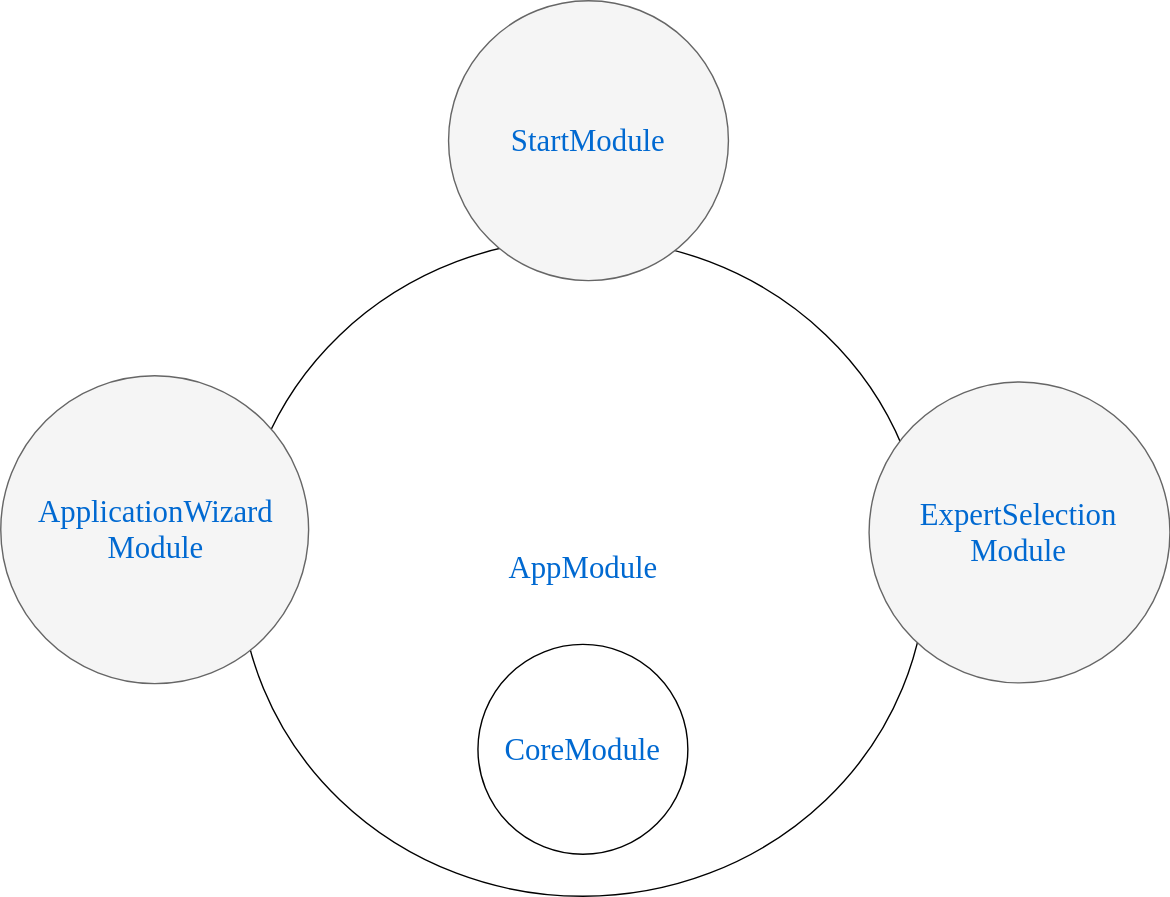
Earlier version of the draw.io export wiki/architecture-modules.svg (bitgrip/angular-ngrx-blueprint). Source tidied: cells renumbered, new cells last; positions are measured from the earlier drawing's top-left corner, leaving out a move shared by most shapes.
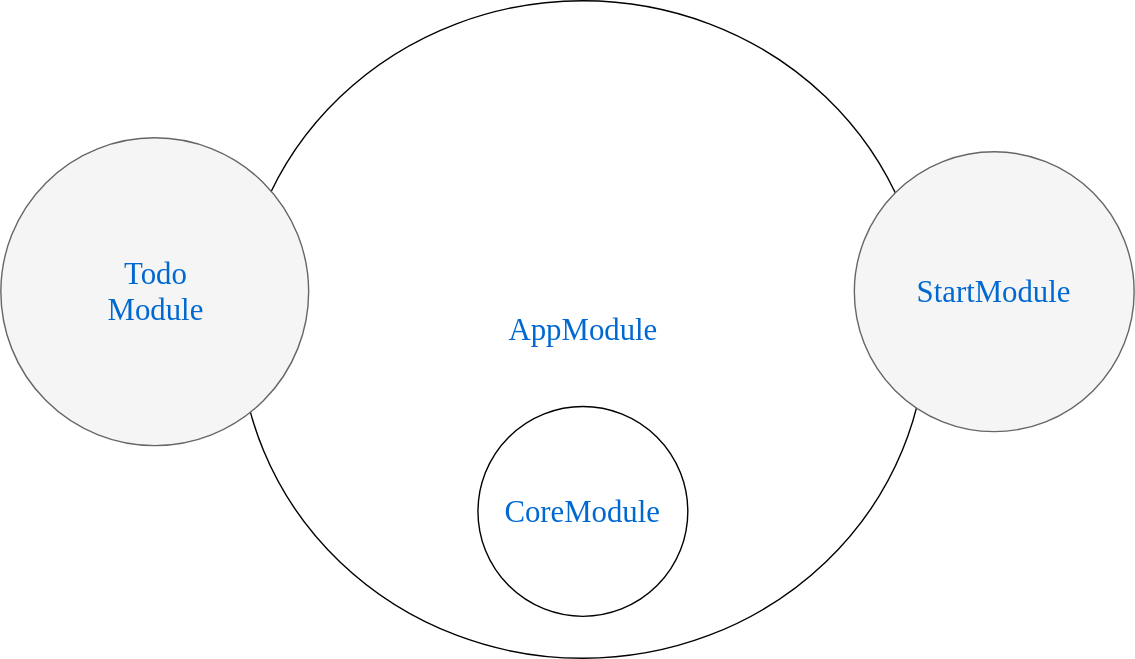
Later version of the same file.

The edit, as a diff of the source:
```diff
@@ -6,16 +6,13 @@
       <mxGeometry x="170" y="170" width="491" height="470" as="geometry" />
     </mxCell>
     <mxCell id="3" value="StartModule" style="ellipse;whiteSpace=wrap;html=1;rounded=0;shadow=0;dashed=0;comic=0;fontFamily=Verdana;fontSize=22;fontColor=#0069D1;fillColor=#f5f5f5;strokeColor=#666666;" parent="1" vertex="1">
-      <mxGeometry x="320" width="200" height="200" as="geometry" />
+      <mxGeometry x="610" y="277.5" width="200" height="200" as="geometry" />
     </mxCell>
     <mxCell id="4" value="CoreModule" style="ellipse;whiteSpace=wrap;html=1;rounded=0;shadow=0;dashed=0;comic=0;fontFamily=Verdana;fontSize=22;fontColor=#0069D1;fillColor=#ffffff;strokeColor=#000000;" parent="1" vertex="1">
       <mxGeometry x="340.5" y="460" width="150" height="150" as="geometry" />
     </mxCell>
-    <mxCell id="5" value="ApplicationWizard&lt;br&gt;Module&lt;br&gt;" style="ellipse;whiteSpace=wrap;html=1;rounded=0;shadow=0;dashed=0;comic=0;fontFamily=Verdana;fontSize=22;fontColor=#0069D1;fillColor=#f5f5f5;strokeColor=#666666;" parent="1" vertex="1">
+    <mxCell id="5" value="Todo&lt;br&gt;Module&lt;br&gt;" style="ellipse;whiteSpace=wrap;html=1;rounded=0;shadow=0;dashed=0;comic=0;fontFamily=Verdana;fontSize=22;fontColor=#0069D1;fillColor=#f5f5f5;strokeColor=#666666;" parent="1" vertex="1">
       <mxGeometry y="267.5" width="220" height="220" as="geometry" />
     </mxCell>
-    <mxCell id="6" value="ExpertSelection&lt;br&gt;Module&lt;br&gt;" style="ellipse;whiteSpace=wrap;html=1;rounded=0;shadow=0;dashed=0;comic=0;fontFamily=Verdana;fontSize=22;fontColor=#0069D1;fillColor=#f5f5f5;strokeColor=#666666;" parent="1" vertex="1">
-      <mxGeometry x="620" y="272.5" width="215" height="215" as="geometry" />
-    </mxCell>
   </root>
 </mxGraphModel>
```
